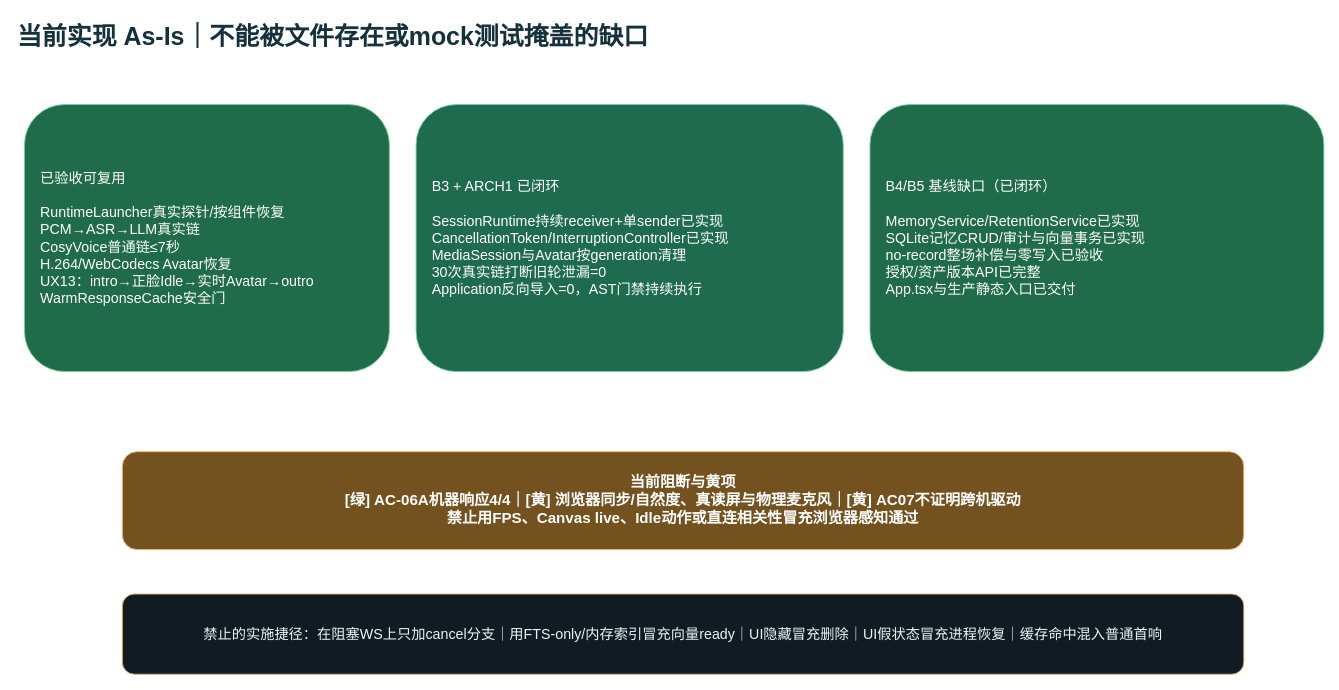
Before: page "02-当前实现与真实缺口" (2 of 8) of docs/cyberWife-b3-b5-delivery-gap.drawio in ljx418/cyberWife, a draw.io diagram. Source tidied: cells renumbered, new cells numbered last; positions are measured from the earlier drawing's top-left corner, leaving out a move shared by most shapes. Both pictures are drawn from the tidied source at 89%, with x=0, y=0 at pixel (15, 15).
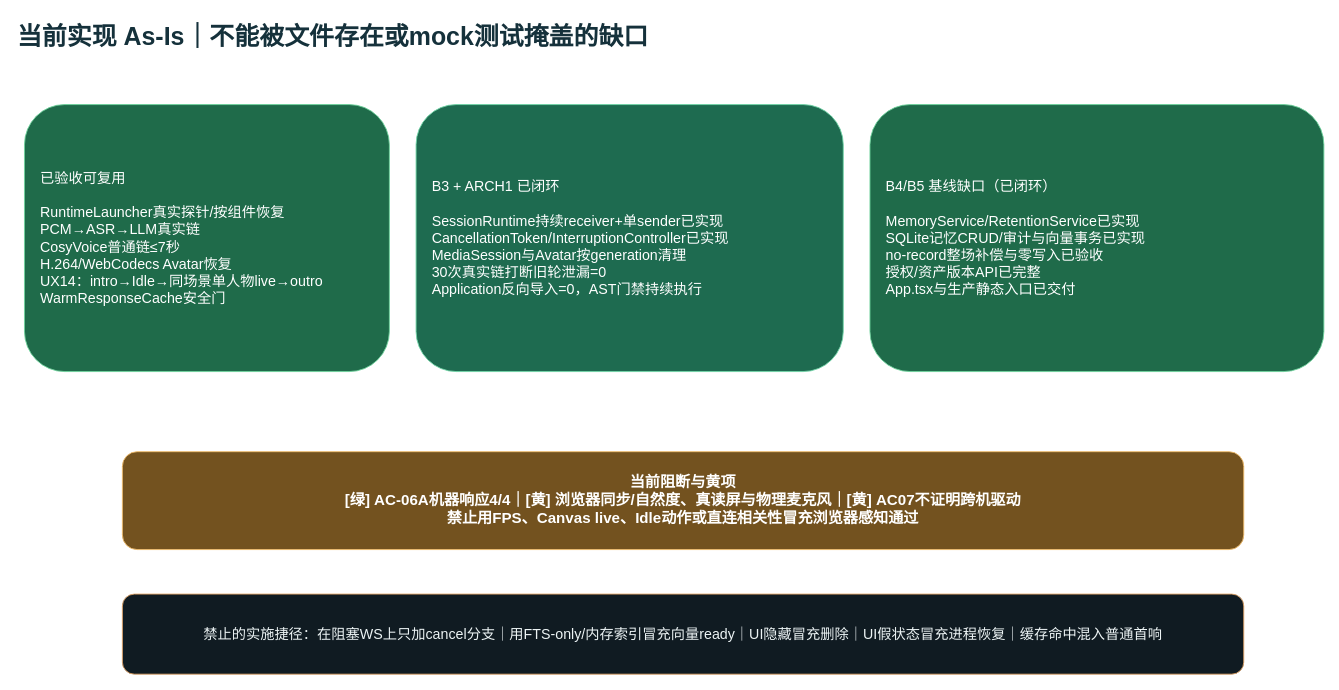
Above is the later version.

Diff of the diagram source:
```diff
@@
 <mxGraphModel>
   <root>
     <mxCell id="0" />
     <mxCell id="1" parent="0" />
     <mxCell id="2" value="当前实现 As-Is｜不能被文件存在或mock测试掩盖的缺口" style="text;html=1;fontSize=28;fontStyle=1;fontColor=#15313B;" parent="1" vertex="1">
       <mxGeometry width="1300" height="50" as="geometry" />
     </mxCell>
-    <mxCell id="3" value="已验收可复用&#10;&#10;RuntimeLauncher真实探针/按组件恢复&#10;PCM→ASR→LLM真实链&#10;CosyVoice普通链≤7秒&#10;H.264/WebCodecs Avatar恢复&#10;UX13：intro→正脸Idle→实时Avatar→outro&#10;WarmResponseCache安全门" style="rounded=1;html=1;whiteSpace=wrap;fillColor=#1F6B4A;strokeColor=#6ED39C;fontColor=#FFFFFF;align=left;spacing=18;fontSize=16;" parent="1" vertex="1">
+    <mxCell id="3" value="已验收可复用&#10;&#10;RuntimeLauncher真实探针/按组件恢复&#10;PCM→ASR→LLM真实链&#10;CosyVoice普通链≤7秒&#10;H.264/WebCodecs Avatar恢复&#10;UX14：intro→Idle→同场景单人物live→outro&#10;WarmResponseCache安全门" style="rounded=1;html=1;whiteSpace=wrap;fillColor=#1F6B4A;strokeColor=#6ED39C;fontColor=#FFFFFF;align=left;spacing=18;fontSize=16;" parent="1" vertex="1">
       <mxGeometry x="10" y="100" width="410" height="300" as="geometry" />
     </mxCell>
     <mxCell id="4" value="B3 + ARCH1 已闭环&#10;&#10;SessionRuntime持续receiver+单sender已实现&#10;CancellationToken/InterruptionController已实现&#10;MediaSession与Avatar按generation清理&#10;30次真实链打断旧轮泄漏=0&#10;Application反向导入=0，AST门禁持续执行" style="rounded=1;html=1;whiteSpace=wrap;fillColor=#1E6B50;strokeColor=#70D6A7;fontColor=#FFFFFF;align=left;spacing=18;fontSize=16;" parent="1" vertex="1">
       <mxGeometry x="450" y="100" width="480" height="300" as="geometry" />
     </mxCell>
     <mxCell id="5" value="B4/B5 基线缺口（已闭环）&#10;&#10;MemoryService/RetentionService已实现&#10;SQLite记忆CRUD/审计与向量事务已实现&#10;no-record整场补偿与零写入已验收&#10;授权/资产版本API已完整&#10;App.tsx与生产静态入口已交付" style="rounded=1;html=1;whiteSpace=wrap;fillColor=#1F6B4A;strokeColor=#6ED39C;fontColor=#FFFFFF;align=left;spacing=18;fontSize=16;" parent="1" vertex="1">
       <mxGeometry x="960" y="100" width="510" height="300" as="geometry" />
     </mxCell>
     <mxCell id="6" value="当前阻断与黄项&#10;[绿] AC-06A机器响应4/4｜[黄] 浏览器同步/自然度、真读屏与物理麦克风｜[黄] AC07不证明跨机驱动&#10;禁止用FPS、Canvas live、Idle动作或直连相关性冒充浏览器感知通过" style="rounded=1;html=1;whiteSpace=wrap;fillColor=#73521F;strokeColor=#F2BD6B;fontColor=#FFFFFF;fontStyle=1;fontSize=17;" parent="1" vertex="1">
       <mxGeometry x="120" y="490" width="1260" height="110" as="geometry" />
     </mxCell>
     <mxCell id="7" value="禁止的实施捷径：在阻塞WS上只加cancel分支｜用FTS-only/内存索引冒充向量ready｜UI隐藏冒充删除｜UI假状态冒充进程恢复｜缓存命中混入普通首响" style="rounded=1;html=1;whiteSpace=wrap;fillColor=#101B22;strokeColor=#E4A668;fontColor=#EDF4F5;fontSize=16;" parent="1" vertex="1">
       <mxGeometry x="120" y="650" width="1260" height="90" as="geometry" />
     </mxCell>
   </root>
 </mxGraphModel>
```
